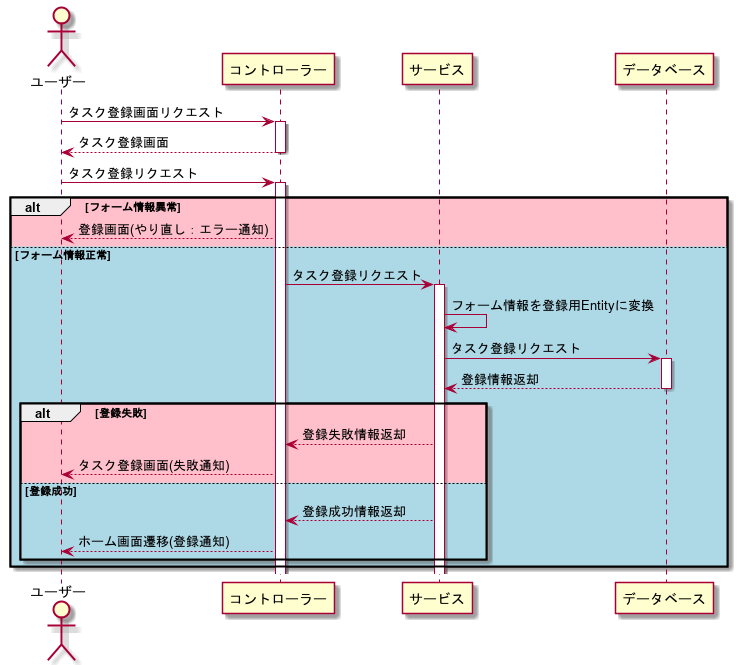
Above: plantuml/task_register_se.png in yasusi-1234/my_todo_application (PlantUML), before the change. The source it was exported from:
```plantuml
@startuml
actor "ユーザー" as user
participant "コントローラー" as con
participant "サービス" as ser
participant "データベース" as db

user -> con: タスク登録画面リクエスト
activate con
con --> user: タスク登録画面
deactivate con

user -> con: タスク登録リクエスト
activate con

alt #pink フォーム情報異常
    con --> user: 登録画面(やり直し：エラー通知)
else #lightblue フォーム情報正常
    con -> ser: タスク登録リクエスト
    activate ser
    ser -> ser: フォーム情報を登録用Entityに変換
    ser -> db: タスク登録リクエスト
    activate db
    db --> ser: 登録情報返却
    deactivate db

    alt #pink 登録失敗
        ser --> con: 登録失敗情報返却
        con --> user: タスク登録画面(失敗通知)
    else #lightblue 登録成功
        ser --> con: 登録成功情報返却
        con --> user: ホーム画面遷移(登録通知)
    end
end

@enduml
```
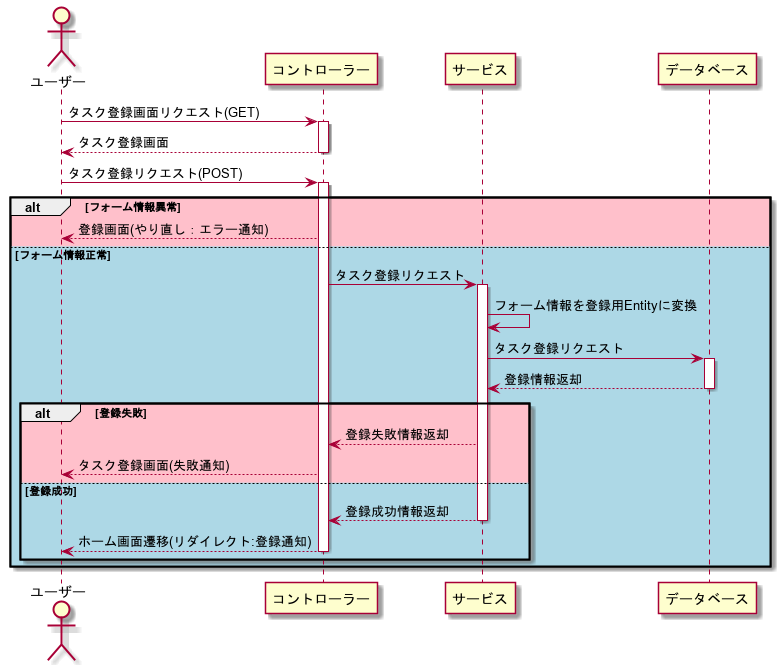
The same diagram one commit later.

Commit message:
タスク登録処理のシーケンス図のユーザーとコントローラーの処理のリクエスト値を(GET・POST・リダイレクト)情報を追加

What changed in the source:
```diff
@@ -4,12 +4,12 @@
 participant "サービス" as ser
 participant "データベース" as db
 
-user -> con: タスク登録画面リクエスト
+user -> con: タスク登録画面リクエスト(GET)
 activate con
 con --> user: タスク登録画面
 deactivate con
 
-user -> con: タスク登録リクエスト
+user -> con: タスク登録リクエスト(POST)
 activate con
 
 alt #pink フォーム情報異常
@@ -28,7 +28,9 @@
         con --> user: タスク登録画面(失敗通知)
     else #lightblue 登録成功
         ser --> con: 登録成功情報返却
-        con --> user: ホーム画面遷移(登録通知)
+        deactivate ser
+        con --> user: ホーム画面遷移(リダイレクト:登録通知)
+        deactivate con
     end
 end
 
```
